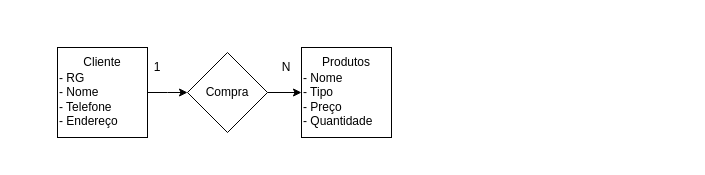
The draw.io diagram Floricultura.drawio in Dandiels/Diagramas-de-Banco-de-Dados, before the edit. Source tidied: cells renumbered, new cells numbered last; positions are measured from the earlier drawing's top-left corner, leaving out a move shared by most shapes. Both pictures are drawn from the tidied source at 100%, with x=0, y=0 at pixel (57, 47).
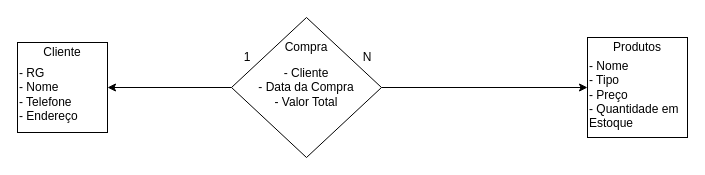
The same page after the edit.

Diff of the diagram source:
```diff
@@
 <mxGraphModel>
   <root>
     <mxCell id="0" />
     <mxCell id="1" parent="0" />
-    <mxCell id="2" style="edgeStyle=orthogonalEdgeStyle;rounded=0;jettySize=auto;html=1;" parent="1" edge="1" source="3">
-      <mxGeometry relative="1" as="geometry">
-        <mxPoint x="130" y="45" as="targetPoint" />
-      </mxGeometry>
-    </mxCell>
     <mxCell id="3" value="&lt;br&gt;- RG&lt;br&gt;- Nome&lt;br&gt;- Telefone&lt;br&gt;- Endereço" style="whiteSpace=wrap;html=1;align=left;" parent="1" vertex="1">
-      <mxGeometry width="90" height="90" as="geometry" />
+      <mxGeometry x="-40" y="-5" width="90" height="90" as="geometry" />
     </mxCell>
     <mxCell id="4" value="Cliente" style="text;html=1;strokeColor=none;fillColor=none;align=center;verticalAlign=middle;whiteSpace=wrap;rounded=0;" parent="1" vertex="1">
-      <mxGeometry x="15" width="60" height="30" as="geometry" />
+      <mxGeometry x="-25" y="-10" width="60" height="30" as="geometry" />
     </mxCell>
     <mxCell id="5" style="edgeStyle=orthogonalEdgeStyle;rounded=0;jettySize=auto;html=1;" parent="1" edge="1" source="6" target="7">
       <mxGeometry relative="1" as="geometry" />
     </mxCell>
+    <mxCell id="11" style="edgeStyle=orthogonalEdgeStyle;rounded=0;jettySize=auto;html=1;entryX=1;entryY=0.5;entryDx=0;entryDy=0;" parent="1" edge="1" source="6" target="3">
+      <mxGeometry relative="1" as="geometry" />
+    </mxCell>
-    <mxCell id="6" value="Compra" style="rhombus;whiteSpace=wrap;html=1;" parent="1" vertex="1">
-      <mxGeometry x="130" y="5" width="80" height="80" as="geometry" />
+    <mxCell id="6" value="- Cliente&lt;br&gt;- Data da Compra&lt;br&gt;- Valor Total" style="rhombus;whiteSpace=wrap;html=1;" parent="1" vertex="1">
+      <mxGeometry x="174" y="-30" width="150" height="140" as="geometry" />
     </mxCell>
-    <mxCell id="7" value="&lt;br&gt;- Nome&lt;br&gt;- Tipo&lt;br&gt;- Preço&lt;br&gt;- Quantidade" style="whiteSpace=wrap;html=1;align=left;" parent="1" vertex="1">
-      <mxGeometry x="244" width="90" height="90" as="geometry" />
+    <mxCell id="7" value="&lt;br&gt;- Nome&lt;br&gt;- Tipo&lt;br&gt;- Preço&lt;br&gt;- Quantidade em Estoque" style="whiteSpace=wrap;html=1;align=left;" parent="1" vertex="1">
+      <mxGeometry x="530" y="-10" width="100" height="100" as="geometry" />
     </mxCell>
     <mxCell id="8" value="Produtos" style="text;html=1;strokeColor=none;fillColor=none;align=center;verticalAlign=middle;whiteSpace=wrap;rounded=0;" parent="1" vertex="1">
-      <mxGeometry x="259" width="60" height="30" as="geometry" />
+      <mxGeometry x="550" y="-20" width="60" height="40" as="geometry" />
     </mxCell>
+    <mxCell id="10" value="1" style="text;html=1;strokeColor=none;fillColor=none;align=center;verticalAlign=middle;whiteSpace=wrap;rounded=0;" parent="1" vertex="1">
+      <mxGeometry x="160" y="-5" width="60" height="30" as="geometry" />
+    </mxCell>
+    <mxCell id="12" value="Compra" style="text;html=1;strokeColor=none;fillColor=none;align=center;verticalAlign=middle;whiteSpace=wrap;rounded=0;" parent="1" vertex="1">
+      <mxGeometry x="219" y="-15" width="60" height="30" as="geometry" />
+    </mxCell>
     <mxCell id="9" value="N" style="text;html=1;strokeColor=none;fillColor=none;align=center;verticalAlign=middle;whiteSpace=wrap;rounded=0;" parent="1" vertex="1">
-      <mxGeometry x="199" y="5" width="60" height="30" as="geometry" />
+      <mxGeometry x="280" y="-5" width="60" height="30" as="geometry" />
     </mxCell>
-    <mxCell id="10" value="1" style="text;html=1;strokeColor=none;fillColor=none;align=center;verticalAlign=middle;whiteSpace=wrap;rounded=0;" parent="1" vertex="1">
-      <mxGeometry x="70" y="5" width="60" height="30" as="geometry" />
-    </mxCell>
   </root>
 </mxGraphModel>
```
